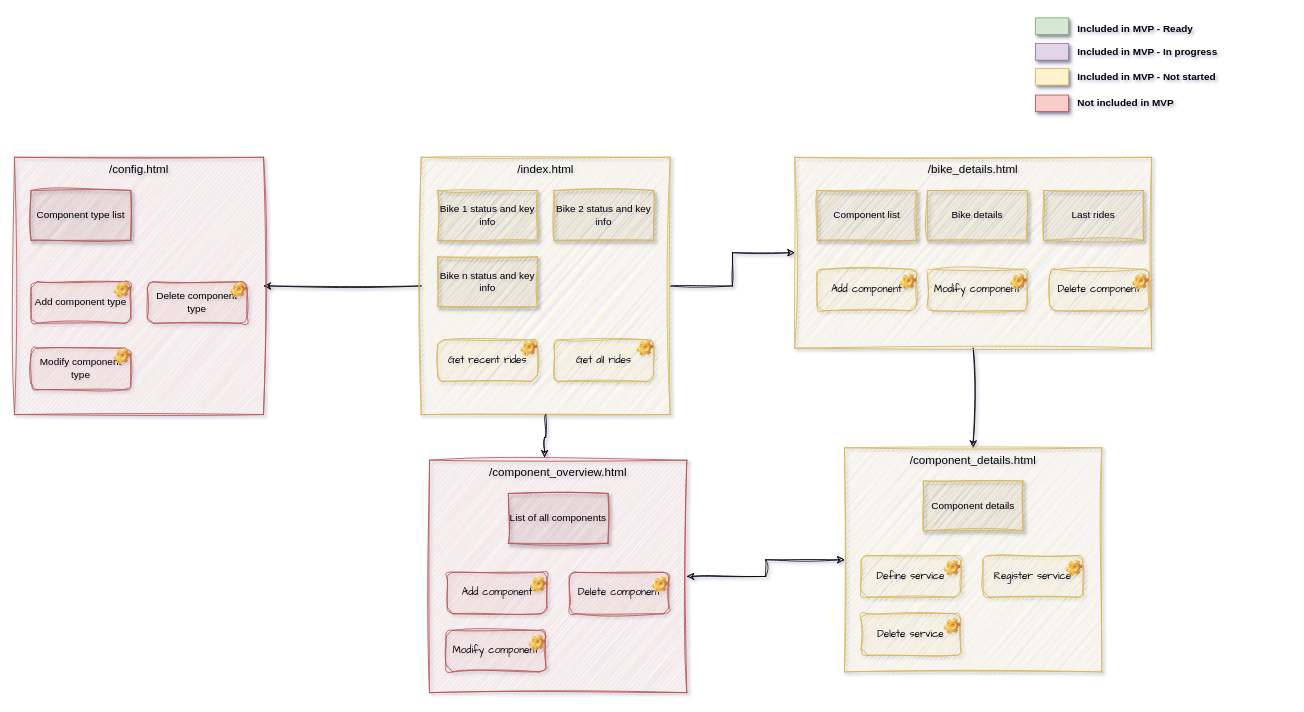
Above: page "Desktop GUI" (6 of 7) of docs/all_diagrams.drawio in xivind/velo-supervisor-2000 (draw.io), before the change. Source tidied: cells renumbered, new cells numbered last; positions are measured from the earlier drawing's top-left corner, leaving out a move shared by most shapes. Both pictures are drawn from the tidied source at 83%, with x=0, y=0 at pixel (14, 16).
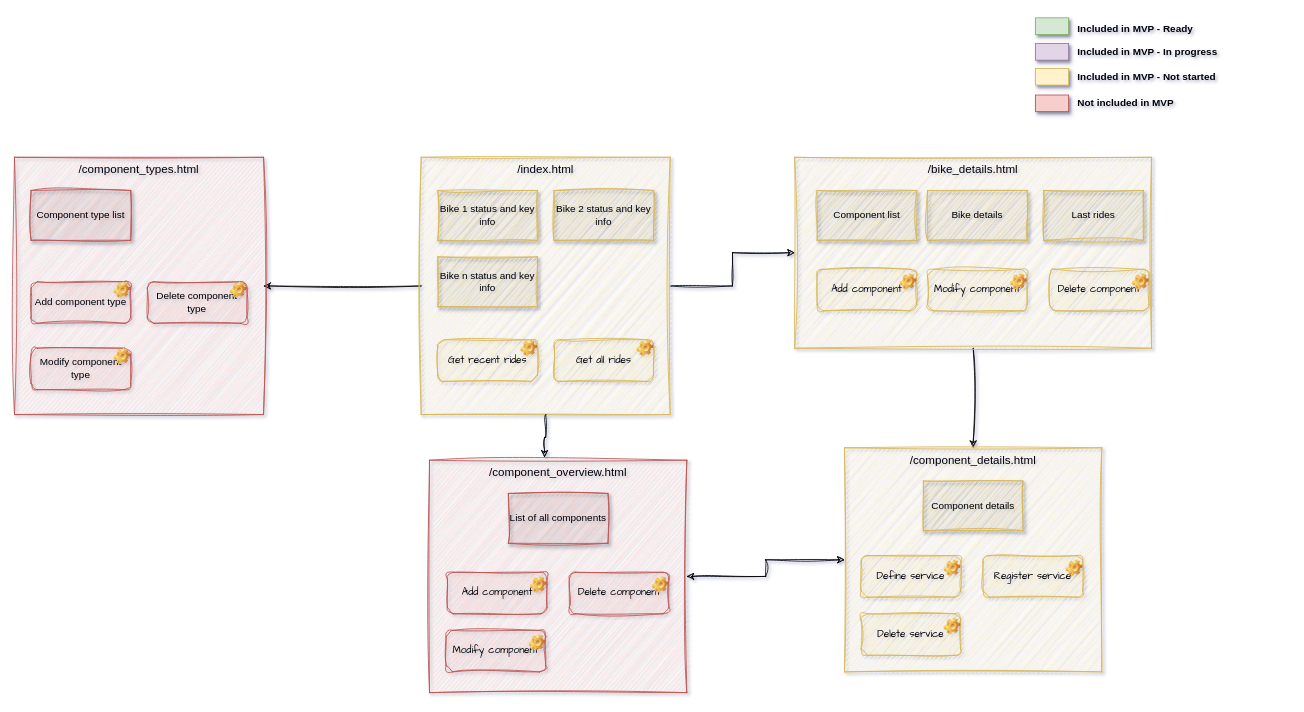
Above is the later version.

Commit message:
Change in GUI sketch

Change to the diagram source:
```diff
@@
-    <mxCell id="17" value="/config.html" style="rounded=0;whiteSpace=wrap;html=1;sketch=1;curveFitting=1;jiggle=2;verticalAlign=top;fontSize=14;fillColor=#f8cecc;strokeColor=#b85450;" parent="1" vertex="1">
+    <mxCell id="17" value="/component_types.html" style="rounded=0;whiteSpace=wrap;html=1;sketch=1;curveFitting=1;jiggle=2;verticalAlign=top;fontSize=14;fillColor=#f8cecc;strokeColor=#b85450;" parent="1" vertex="1">
       <mxGeometry y="170" width="300" height="310" as="geometry" />
     </mxCell>
```
